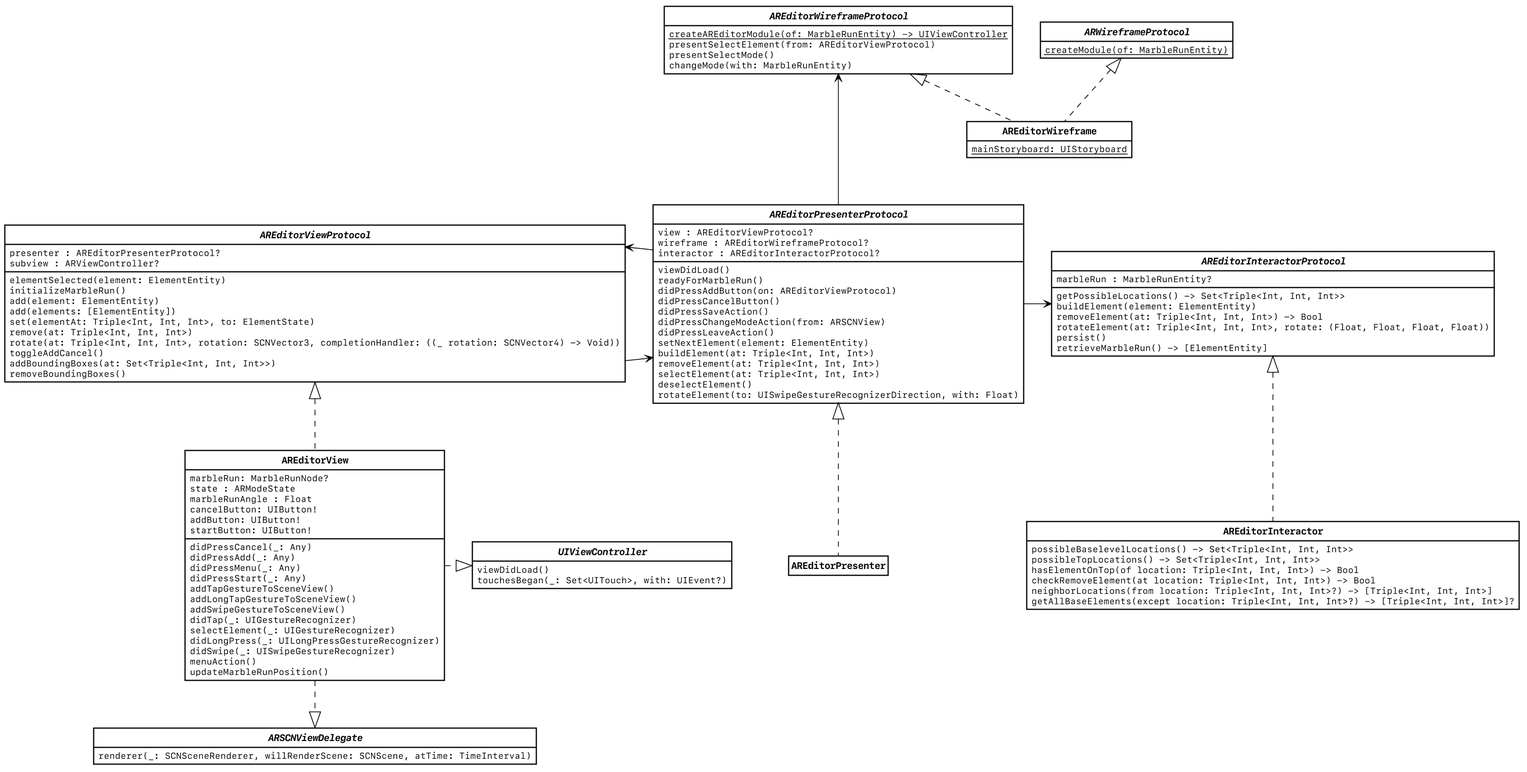
Earlier version of the PlantUML export doc/images/classes-areditor.png (eduDorus/PAWI). Source of this version:
```plantuml
@startuml classes-areditor

skinparam Shadowing false
skinparam DefaultFontName "SF Mono"
skinparam dpi 150
skinparam partitionBackgroundColor white

skinparam Class {
	BorderColor black
	ArrowColor black
	BackgroundColor white
	FontStyle bold
	StereotypeFontSize 10
	ArrowFontSize 10
	AttributeIconSize 0
}

skinparam Component {
	BorderColor black
	BackgroundColor white
}

hide empty fields
hide empty methods
hide circle


interface AREditorWireframeProtocol {
    {static} createAREditorModule(of: MarbleRunEntity) -> UIViewController
    presentSelectElement(from: AREditorViewProtocol)
    presentSelectMode()
    changeMode(with: MarbleRunEntity)
}

interface AREditorViewProtocol {
    presenter : AREditorPresenterProtocol?
    subview : ARViewController?
    elementSelected(element: ElementEntity)
    initializeMarbleRun()
    add(element: ElementEntity)
    add(elements: [ElementEntity])
    set(elementAt: Triple<Int, Int, Int>, to: ElementState)
    remove(at: Triple<Int, Int, Int>)
    rotate(at: Triple<Int, Int, Int>, rotation: SCNVector3, completionHandler: ((_ rotation: SCNVector4) -> Void))
    toggleAddCancel()
    addBoundingBoxes(at: Set<Triple<Int, Int, Int>>)
    removeBoundingBoxes()
}

interface AREditorPresenterProtocol {
    view : AREditorViewProtocol?
    wireframe : AREditorWireframeProtocol?
    interactor : AREditorInteractorProtocol?
    viewDidLoad()
    readyForMarbleRun()
    didPressAddButton(on: AREditorViewProtocol)
    didPressCancelButton()
    didPressSaveAction()
    didPressChangeModeAction(from: ARSCNView)
    didPressLeaveAction()
    setNextElement(element: ElementEntity)
    buildElement(at: Triple<Int, Int, Int>)
    removeElement(at: Triple<Int, Int, Int>)
    selectElement(at: Triple<Int, Int, Int>)
    deselectElement()
    rotateElement(to: UISwipeGestureRecognizerDirection, with: Float)
}

interface AREditorInteractorProtocol {
    marbleRun : MarbleRunEntity?
    getPossibleLocations() -> Set<Triple<Int, Int, Int>>
    buildElement(element: ElementEntity)
    removeElement(at: Triple<Int, Int, Int>) -> Bool
    rotateElement(at: Triple<Int, Int, Int>, rotate: (Float, Float, Float, Float))
    persist()
    retrieveMarbleRun() -> [ElementEntity]
}

interface ARWireframeProtocol {
    {static} createModule(of: MarbleRunEntity)
}

interface ARSCNViewDelegate {
    renderer(_: SCNSceneRenderer, willRenderScene: SCNScene, atTime: TimeInterval)
}

interface UIViewController {
    viewDidLoad()
    touchesBegan(_: Set<UITouch>, with: UIEvent?)
}


class AREditorWireframe {
    {static} mainStoryboard: UIStoryboard
}

class AREditorView {
    marbleRun: MarbleRunNode?
    state : ARModeState
    marbleRunAngle : Float
    cancelButton: UIButton!
    addButton: UIButton!
    startButton: UIButton!
    didPressCancel(_: Any)
    didPressAdd(_: Any)
    didPressMenu(_: Any)
    didPressStart(_: Any)
    addTapGestureToSceneView()
    addLongTapGestureToSceneView()
    addSwipeGestureToSceneView()
    didTap(_: UIGestureRecognizer)
    selectElement(_: UIGestureRecognizer)
    didLongPress(_: UILongPressGestureRecognizer)
    didSwipe(_: UISwipeGestureRecognizer)
    menuAction()
    updateMarbleRunPosition()
}

class AREditorPresenter

class AREditorInteractor {
    possibleBaselevelLocations() -> Set<Triple<Int, Int, Int>>
    possibleTopLocations() -> Set<Triple<Int, Int, Int>>
    hasElementOnTop(of location: Triple<Int, Int, Int>) -> Bool
    checkRemoveElement(at location: Triple<Int, Int, Int>) -> Bool
    neighborLocations(from location: Triple<Int, Int, Int>?) -> [Triple<Int, Int, Int>]
    getAllBaseElements(except location: Triple<Int, Int, Int>?) -> [Triple<Int, Int, Int>]?
}


AREditorViewProtocol -r-> AREditorPresenterProtocol
AREditorPresenterProtocol -l-> AREditorViewProtocol
AREditorPresenterProtocol -r-> AREditorInteractorProtocol
AREditorWireframeProtocol <-u-- AREditorPresenterProtocol


AREditorWireframe .u.|> AREditorWireframeProtocol
AREditorWireframe .u.|> ARWireframeProtocol
AREditorView .u.|> AREditorViewProtocol
AREditorPresenter .u.|> AREditorPresenterProtocol
AREditorInteractor .u.|> AREditorInteractorProtocol
AREditorView .|> UIViewController
AREditorView ..|> ARSCNViewDelegate

@enduml
```
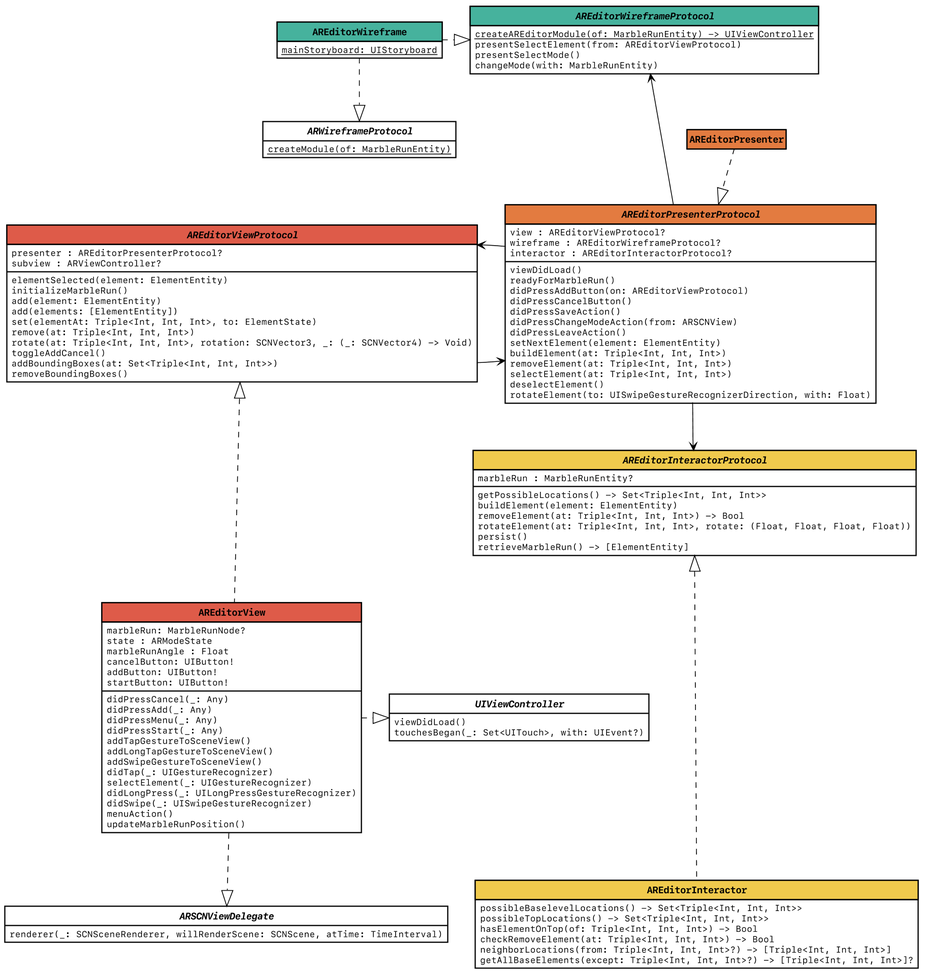
After the change.

What changed in the source:
```diff
@@ -13,6 +13,10 @@
 	StereotypeFontSize 10
 	ArrowFontSize 10
 	AttributeIconSize 0
+	HeaderBackgroundColor<<Wireframe>> #46B29D
+	HeaderBackgroundColor<<View>>  #DE5B49
+	HeaderBackgroundColor<<Interactor>> #F0CA4D
+	HeaderBackgroundColor<<Presenter>> #E37B40
 }
 
 skinparam Component {
@@ -23,16 +27,17 @@
 hide empty fields
 hide empty methods
 hide circle
+hide stereotype
 
 
-interface AREditorWireframeProtocol {
+interface AREditorWireframeProtocol <<Wireframe>> {
     {static} createAREditorModule(of: MarbleRunEntity) -> UIViewController
     presentSelectElement(from: AREditorViewProtocol)
     presentSelectMode()
     changeMode(with: MarbleRunEntity)
 }
 
-interface AREditorViewProtocol {
+interface AREditorViewProtocol <<View>> {
     presenter : AREditorPresenterProtocol?
     subview : ARViewController?
     elementSelected(element: ElementEntity)
@@ -41,13 +46,13 @@
     add(elements: [ElementEntity])
     set(elementAt: Triple<Int, Int, Int>, to: ElementState)
     remove(at: Triple<Int, Int, Int>)
-    rotate(at: Triple<Int, Int, Int>, rotation: SCNVector3, completionHandler: ((_ rotation: SCNVector4) -> Void))
+    rotate(at: Triple<Int, Int, Int>, rotation: SCNVector3, _: (_: SCNVector4) -> Void)
     toggleAddCancel()
     addBoundingBoxes(at: Set<Triple<Int, Int, Int>>)
     removeBoundingBoxes()
 }
 
-interface AREditorPresenterProtocol {
+interface AREditorPresenterProtocol <<Presenter>> {
     view : AREditorViewProtocol?
     wireframe : AREditorWireframeProtocol?
     interactor : AREditorInteractorProtocol?
@@ -66,7 +71,7 @@
     rotateElement(to: UISwipeGestureRecognizerDirection, with: Float)
 }
 
-interface AREditorInteractorProtocol {
+interface AREditorInteractorProtocol <<Interactor>> {
     marbleRun : MarbleRunEntity?
     getPossibleLocations() -> Set<Triple<Int, Int, Int>>
     buildElement(element: ElementEntity)
@@ -90,11 +95,11 @@
 }
 
 
-class AREditorWireframe {
+class AREditorWireframe <<Wireframe>> {
     {static} mainStoryboard: UIStoryboard
 }
 
-class AREditorView {
+class AREditorView <<View>> {
     marbleRun: MarbleRunNode?
     state : ARModeState
     marbleRunAngle : Float
@@ -116,30 +121,30 @@
     updateMarbleRunPosition()
 }
 
-class AREditorPresenter
+class AREditorPresenter <<Presenter>>
 
-class AREditorInteractor {
+class AREditorInteractor <<Interactor>> {
     possibleBaselevelLocations() -> Set<Triple<Int, Int, Int>>
     possibleTopLocations() -> Set<Triple<Int, Int, Int>>
-    hasElementOnTop(of location: Triple<Int, Int, Int>) -> Bool
-    checkRemoveElement(at location: Triple<Int, Int, Int>) -> Bool
-    neighborLocations(from location: Triple<Int, Int, Int>?) -> [Triple<Int, Int, Int>]
-    getAllBaseElements(except location: Triple<Int, Int, Int>?) -> [Triple<Int, Int, Int>]?
+    hasElementOnTop(of: Triple<Int, Int, Int>) -> Bool
+    checkRemoveElement(at: Triple<Int, Int, Int>) -> Bool
+    neighborLocations(from: Triple<Int, Int, Int>?) -> [Triple<Int, Int, Int>]
+    getAllBaseElements(except: Triple<Int, Int, Int>?) -> [Triple<Int, Int, Int>]?
 }
 
 
 AREditorViewProtocol -r-> AREditorPresenterProtocol
 AREditorPresenterProtocol -l-> AREditorViewProtocol
-AREditorPresenterProtocol -r-> AREditorInteractorProtocol
+AREditorPresenterProtocol --> AREditorInteractorProtocol
 AREditorWireframeProtocol <-u-- AREditorPresenterProtocol
 
 
-AREditorWireframe .u.|> AREditorWireframeProtocol
-AREditorWireframe .u.|> ARWireframeProtocol
-AREditorView .u.|> AREditorViewProtocol
-AREditorPresenter .u.|> AREditorPresenterProtocol
-AREditorInteractor .u.|> AREditorInteractorProtocol
-AREditorView .|> UIViewController
+AREditorWireframe .r.|> AREditorWireframeProtocol
+AREditorWireframe .d.|> ARWireframeProtocol
+AREditorView .u..|> AREditorViewProtocol
+AREditorPresenter .d.|> AREditorPresenterProtocol
+AREditorInteractor .u..|> AREditorInteractorProtocol
+AREditorView .r.|> UIViewController
 AREditorView ..|> ARSCNViewDelegate
 
 @enduml
```
